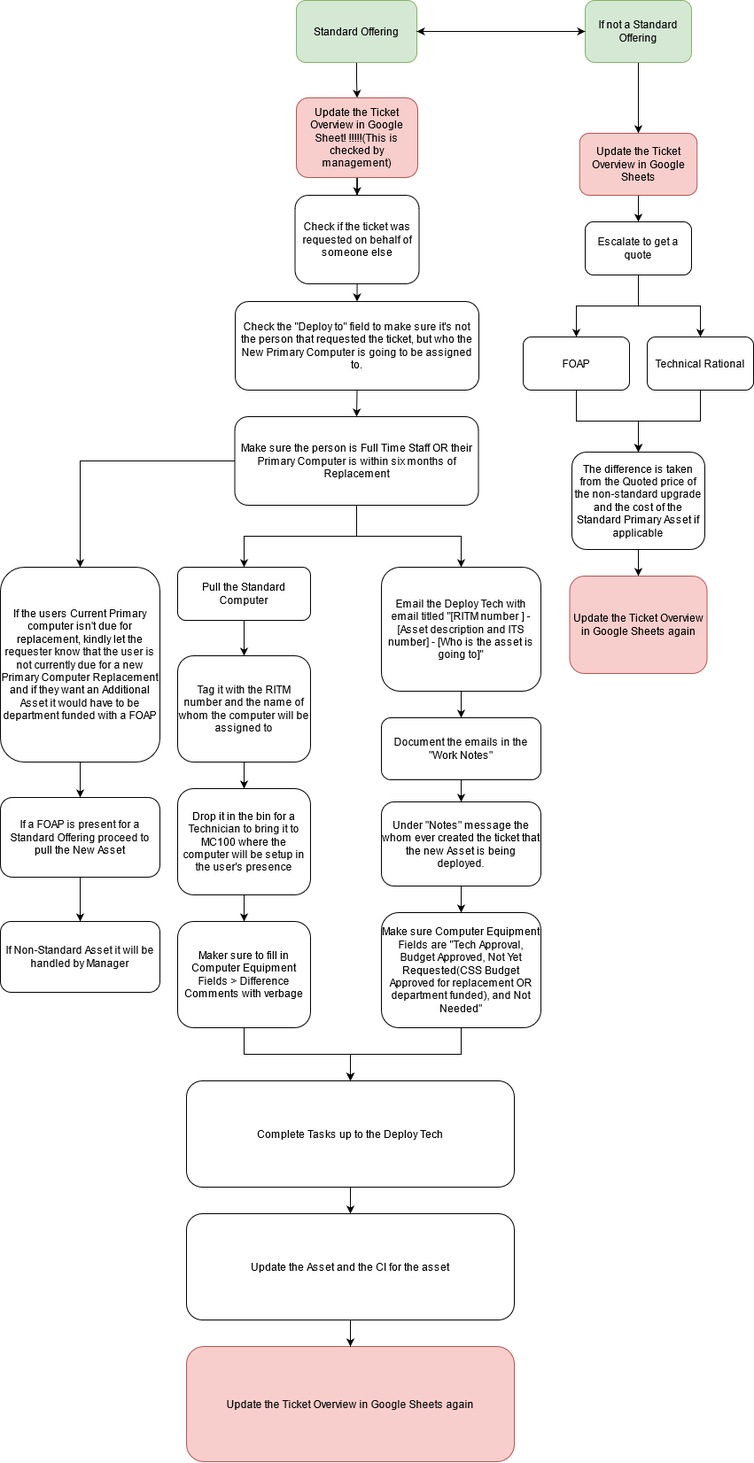
This is Untitled Diagram.drawio.png from KevinWongCS/USFUSF, a draw.io export, as it was before one commit. Source tidied: cells renumbered, new cells last; positions are measured from the earlier drawing's top-left corner, leaving out a move shared by most shapes.
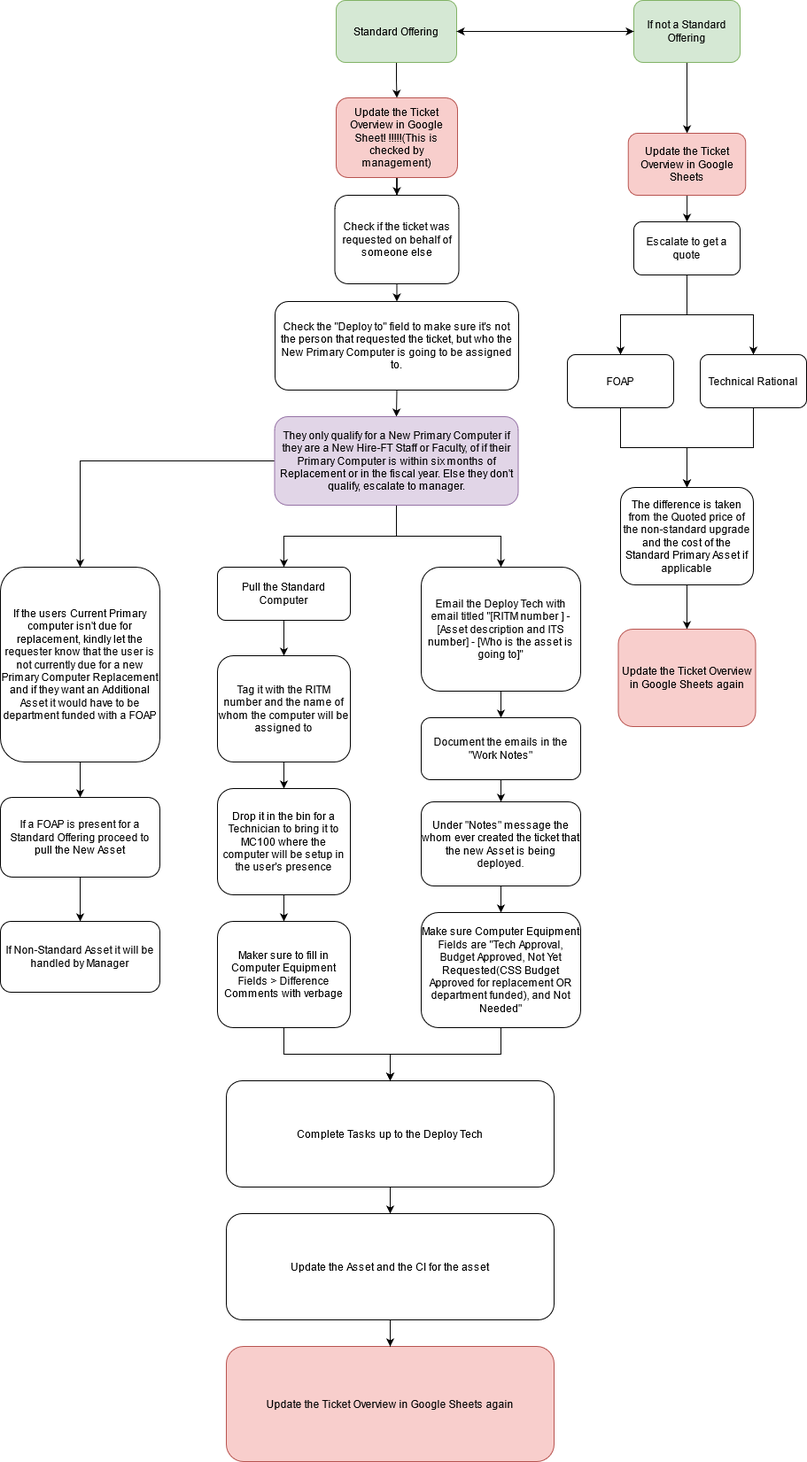
After the commit.

Diff of the diagram source:
```diff
@@ -49,7 +49,7 @@
     <mxCell id="16" style="edgeStyle=orthogonalEdgeStyle;rounded=0;jettySize=auto;html=1;entryX=0.5;entryY=0;entryDx=0;entryDy=0;" parent="1" edge="1" source="17" target="23">
       <mxGeometry relative="1" as="geometry" />
     </mxCell>
-    <mxCell id="17" value="Make sure the person is Full Time Staff OR their Primary Computer is within six months of Replacement " style="rounded=1;whiteSpace=wrap;html=1;" parent="1" vertex="1">
+    <mxCell id="17" value="They only qualify for a New Primary Computer if they are a New Hire-FT Staff or Faculty, of if their Primary Computer is within six months of Replacement or in the fiscal year. Else they don't qualify, escalate to manager. " style="rounded=1;whiteSpace=wrap;html=1;fillColor=#e1d5e7;strokeColor=#9673a6;" parent="1" vertex="1">
       <mxGeometry x="264.5" y="470" width="275" height="100" as="geometry" />
     </mxCell>
     <mxCell id="18" style="edgeStyle=orthogonalEdgeStyle;rounded=0;jettySize=auto;html=1;" parent="1" edge="1" source="19" target="45">
@@ -62,7 +62,7 @@
       <mxGeometry relative="1" as="geometry" />
     </mxCell>
     <mxCell id="21" value="If the users Current Primary computer isn't due for replacement, kindly let the requester know that the user is not currently due for a new Primary Computer Replacement and if they want an Additional Asset it would have to be department funded with a FOAP" style="rounded=1;whiteSpace=wrap;html=1;" parent="1" vertex="1">
-      <mxGeometry y="640" width="180" height="220" as="geometry" />
+      <mxGeometry x="-45" y="640" width="180" height="220" as="geometry" />
     </mxCell>
     <mxCell id="22" style="edgeStyle=orthogonalEdgeStyle;rounded=0;jettySize=auto;html=1;" parent="1" edge="1" source="23" target="25">
       <mxGeometry relative="1" as="geometry" />
@@ -83,31 +83,31 @@
       <mxGeometry relative="1" as="geometry" />
     </mxCell>
     <mxCell id="28" value="Escalate to get a quote" style="rounded=1;whiteSpace=wrap;html=1;" parent="1" vertex="1">
-      <mxGeometry x="660" y="250" width="120" height="60" as="geometry" />
+      <mxGeometry x="670" y="250" width="120" height="60" as="geometry" />
     </mxCell>
-    <mxCell id="29" style="edgeStyle=orthogonalEdgeStyle;rounded=0;jettySize=auto;html=1;entryX=0.5;entryY=0;entryDx=0;entryDy=0;" parent="1" edge="1" source="30" target="34">
+    <mxCell id="29" style="edgeStyle=orthogonalEdgeStyle;rounded=0;jettySize=auto;html=1;" parent="1" edge="1" source="30" target="34">
       <mxGeometry relative="1" as="geometry" />
     </mxCell>
     <mxCell id="30" value="FOAP" style="rounded=1;whiteSpace=wrap;html=1;" parent="1" vertex="1">
-      <mxGeometry x="590" y="380" width="120" height="60" as="geometry" />
+      <mxGeometry x="595" y="400" width="120" height="60" as="geometry" />
     </mxCell>
-    <mxCell id="31" style="edgeStyle=orthogonalEdgeStyle;rounded=0;jettySize=auto;html=1;" parent="1" edge="1" source="32" target="34">
+    <mxCell id="31" style="edgeStyle=orthogonalEdgeStyle;rounded=0;jettySize=auto;html=1;entryX=0.5;entryY=0;entryDx=0;entryDy=0;" parent="1" edge="1" source="32" target="34">
       <mxGeometry relative="1" as="geometry" />
     </mxCell>
     <mxCell id="32" value="Technical Rational" style="rounded=1;whiteSpace=wrap;html=1;" parent="1" vertex="1">
-      <mxGeometry x="730" y="380" width="120" height="60" as="geometry" />
+      <mxGeometry x="745" y="400" width="120" height="60" as="geometry" />
     </mxCell>
     <mxCell id="33" style="edgeStyle=orthogonalEdgeStyle;rounded=0;jettySize=auto;html=1;" parent="1" edge="1" source="34" target="51">
       <mxGeometry relative="1" as="geometry" />
     </mxCell>
     <mxCell id="34" value="The difference is taken from the Quoted price of the non-standard upgrade and the cost of the Standard Primary Asset if applicable" style="rounded=1;whiteSpace=wrap;html=1;" parent="1" vertex="1">
-      <mxGeometry x="645" y="510" width="150" height="110" as="geometry" />
+      <mxGeometry x="655" y="550" width="150" height="110" as="geometry" />
     </mxCell>
     <mxCell id="35" style="edgeStyle=orthogonalEdgeStyle;rounded=0;jettySize=auto;html=1;" parent="1" edge="1" source="36" target="50">
       <mxGeometry relative="1" as="geometry" />
     </mxCell>
     <mxCell id="36" value="If not a Standard Offering " style="rounded=1;whiteSpace=wrap;html=1;fillColor=#d5e8d4;strokeColor=#82b366;" parent="1" vertex="1">
-      <mxGeometry x="660" width="120" height="70" as="geometry" />
+      <mxGeometry x="670" width="120" height="70" as="geometry" />
     </mxCell>
     <mxCell id="37" style="edgeStyle=orthogonalEdgeStyle;rounded=0;jettySize=auto;html=1;" parent="1" edge="1" source="38" target="47">
       <mxGeometry relative="1" as="geometry" />
@@ -119,10 +119,10 @@
       <mxGeometry relative="1" as="geometry" />
     </mxCell>
     <mxCell id="40" value="If a FOAP is present for a Standard Offering proceed to pull the New Asset " style="rounded=1;whiteSpace=wrap;html=1;" parent="1" vertex="1">
-      <mxGeometry y="900" width="180" height="90" as="geometry" />
+      <mxGeometry x="-45" y="900" width="180" height="90" as="geometry" />
     </mxCell>
     <mxCell id="41" value="If Non-Standard Asset it will be handled by Manager" style="rounded=1;whiteSpace=wrap;html=1;" parent="1" vertex="1">
-      <mxGeometry y="1040" width="180" height="80" as="geometry" />
+      <mxGeometry x="-45" y="1040" width="180" height="80" as="geometry" />
     </mxCell>
     <mxCell id="42" style="edgeStyle=orthogonalEdgeStyle;rounded=0;jettySize=auto;html=1;" parent="1" edge="1" source="43" target="53">
       <mxGeometry relative="1" as="geometry" />
@@ -149,10 +149,10 @@
       <mxGeometry relative="1" as="geometry" />
     </mxCell>
     <mxCell id="50" value="Update the Ticket Overview in Google Sheets " style="rounded=1;whiteSpace=wrap;html=1;fillColor=#f8cecc;strokeColor=#b85450;" parent="1" vertex="1">
-      <mxGeometry x="653.8" y="150" width="132.5" height="70" as="geometry" />
+      <mxGeometry x="663.8" y="150" width="132.5" height="70" as="geometry" />
     </mxCell>
     <mxCell id="51" value="Update the Ticket Overview in Google Sheets again" style="rounded=1;whiteSpace=wrap;html=1;fillColor=#f8cecc;strokeColor=#b85450;" parent="1" vertex="1">
-      <mxGeometry x="642.5" y="650" width="155" height="110" as="geometry" />
+      <mxGeometry x="652.5" y="710" width="155" height="110" as="geometry" />
     </mxCell>
     <mxCell id="52" style="edgeStyle=orthogonalEdgeStyle;rounded=0;jettySize=auto;html=1;" parent="1" edge="1" source="53" target="48">
       <mxGeometry relative="1" as="geometry" />
```
